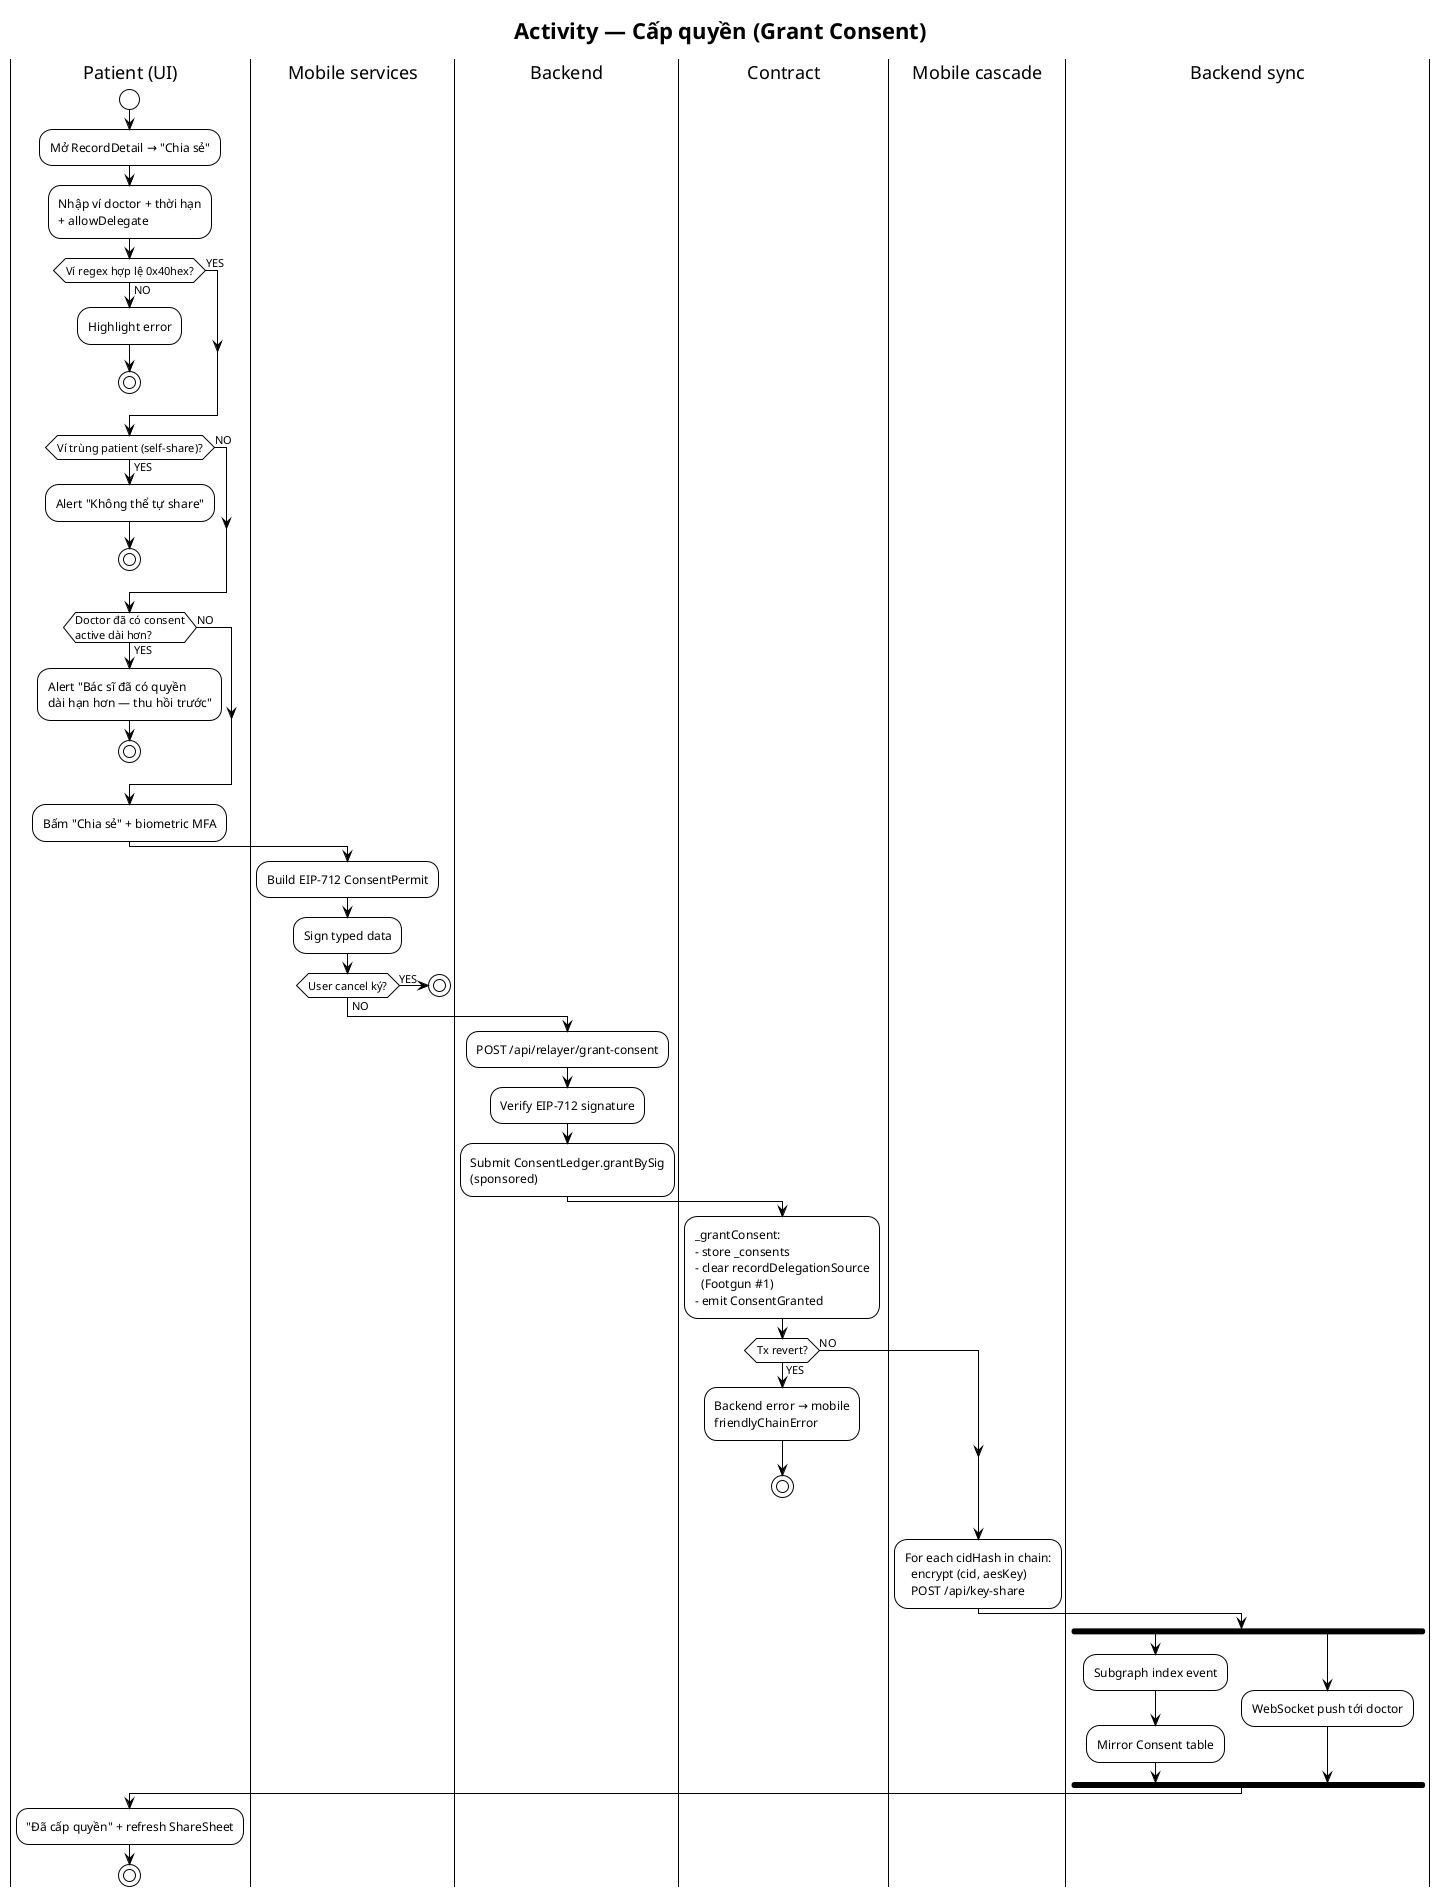
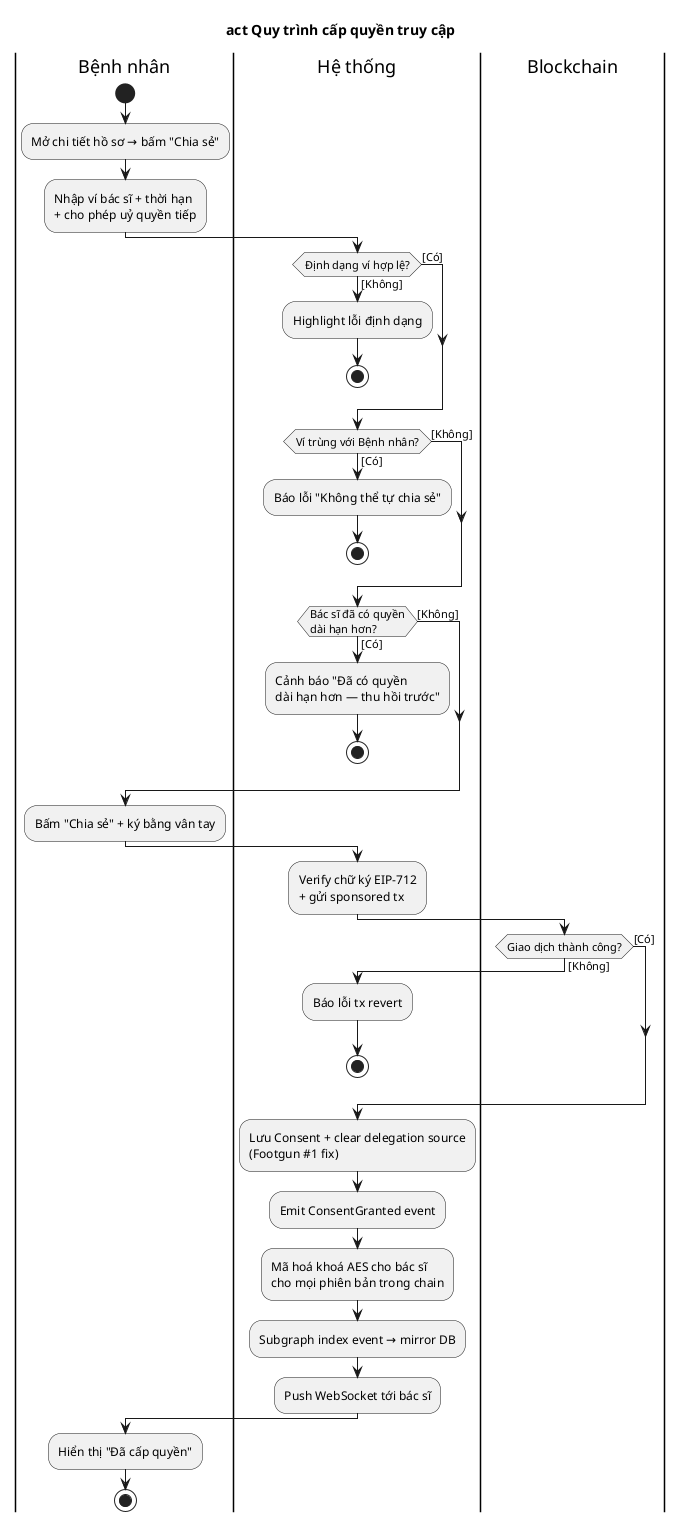
- @startuml activity-grant-consent
- !theme plain
- title Activity — Cấp quyền (Grant Consent)
+ @startuml act-cap-quyen
+ title act Quy trình cấp quyền truy cập

- |Patient (UI)|
+ |Bệnh nhân|
start
- :Mở RecordDetail → "Chia sẻ";
- :Nhập ví doctor + thời hạn\n+ allowDelegate;
+ :Mở chi tiết hồ sơ → bấm "Chia sẻ";
+ :Nhập ví bác sĩ + thời hạn\n+ cho phép uỷ quyền tiếp;

- if (Ví regex hợp lệ 0x40hex?) then (NO)
-   :Highlight error;
+ |Hệ thống|
+ if (Định dạng ví hợp lệ?) then ([Không])
+   :Highlight lỗi định dạng;
  stop
- else (YES)
+ else ([Có])
endif

- if (Ví trùng patient (self-share)?) then (YES)
-   :Alert "Không thể tự share";
+ if (Ví trùng với Bệnh nhân?) then ([Có])
+   :Báo lỗi "Không thể tự chia sẻ";
  stop
- else (NO)
+ else ([Không])
endif

- if (Doctor đã có consent\nactive dài hơn?) then (YES)
-   :Alert "Bác sĩ đã có quyền\ndài hạn hơn — thu hồi trước";
+ if (Bác sĩ đã có quyền\ndài hạn hơn?) then ([Có])
+   :Cảnh báo "Đã có quyền\ndài hạn hơn — thu hồi trước";
  stop
- else (NO)
+ else ([Không])
endif

- :Bấm "Chia sẻ" + biometric MFA;
+ |Bệnh nhân|
+ :Bấm "Chia sẻ" + ký bằng vân tay;

- |Mobile services|
- :Build EIP-712 ConsentPermit;
- :Sign typed data;
+ |Hệ thống|
+ :Verify chữ ký EIP-712\n+ gửi sponsored tx;

- if (User cancel ký?) then (YES)
+ |Blockchain|
+ if (Giao dịch thành công?) then ([Không])
+   |Hệ thống|
+   :Báo lỗi tx revert;
  stop
- else (NO)
+ else ([Có])
endif

- |Backend|
- :POST /api/relayer/grant-consent;
- :Verify EIP-712 signature;
- :Submit ConsentLedger.grantBySig\n(sponsored);
+ :Lưu Consent + clear delegation source\n(Footgun #1 fix);
+ :Emit ConsentGranted event;

- |Contract|
- :_grantConsent:\n- store _consents\n- clear recordDelegationSource\n  (Footgun #1)\n- emit ConsentGranted;
+ |Hệ thống|
+ :Mã hoá khoá AES cho bác sĩ\ncho mọi phiên bản trong chain;
+ :Subgraph index event → mirror DB;
+ :Push WebSocket tới bác sĩ;

- if (Tx revert?) then (YES)
-   :Backend error → mobile\nfriendlyChainError;
-   stop
- else (NO)
- endif
- 
- |Mobile cascade|
- :For each cidHash in chain:\n  encrypt (cid, aesKey)\n  POST /api/key-share;
- 
- |Backend sync|
- fork
-   :Subgraph index event;
-   :Mirror Consent table;
- fork again
-   :WebSocket push tới doctor;
- end fork
- 
- |Patient (UI)|
- :"Đã cấp quyền" + refresh ShareSheet;
+ |Bệnh nhân|
+ :Hiển thị "Đã cấp quyền";
stop

@enduml
